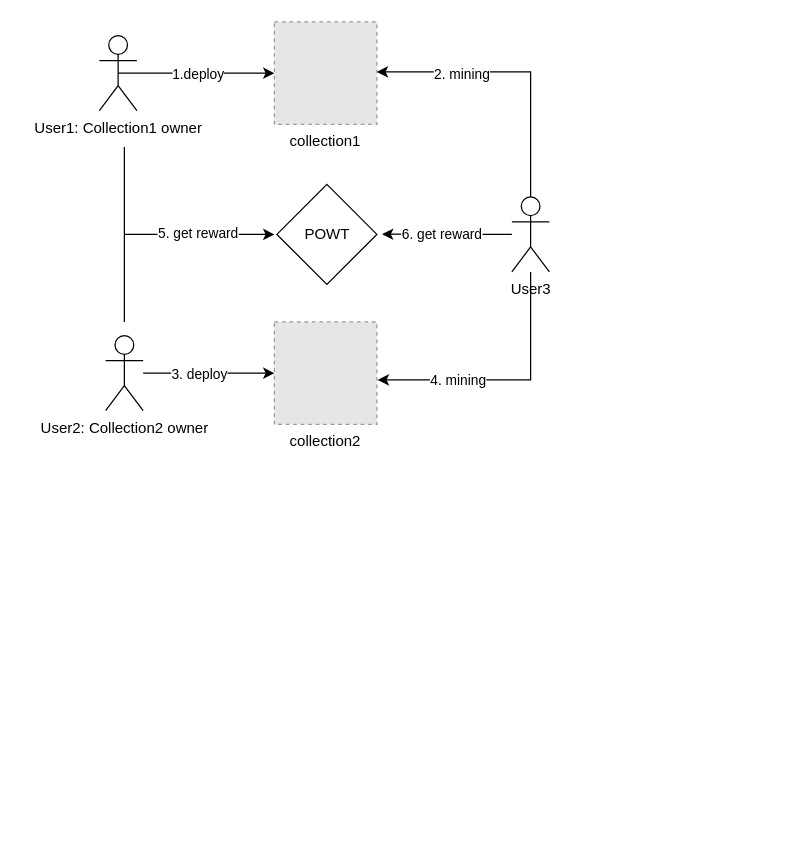
Earlier version of the draw.io diagram page "Page-1" (1 of 2) of Untitled Diagram.drawio (PalanQu/images). Source tidied: cells renumbered, new cells numbered last; positions are measured from the earlier drawing's top-left corner, leaving out a move shared by most shapes. Both pictures are drawn from the tidied source at 125%, with x=0, y=0 at pixel (99, 21). Pictures stored in the file or linked from it are replaced by grey dashed boxes.
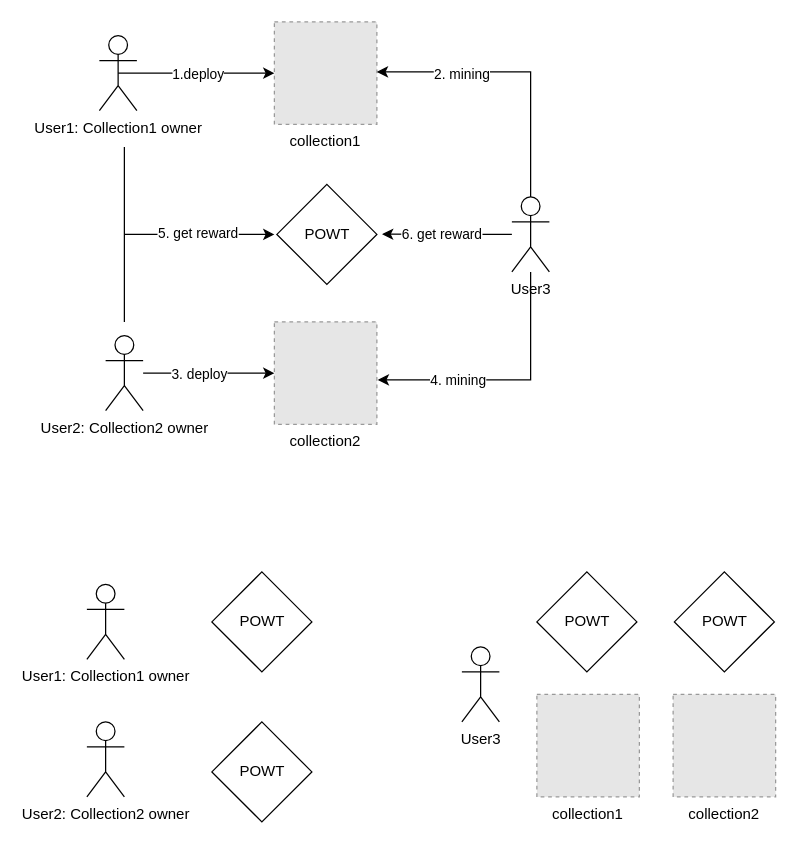
The same page after the edit.

The edit, as a diff of the source:
```diff
@@
+    <mxCell id="22" value="User1: Collection1 owner" style="shape=umlActor;verticalLabelPosition=bottom;verticalAlign=top;html=1;" parent="1" vertex="1">
+      <mxGeometry x="-10" y="450" width="30" height="60" as="geometry" />
+    </mxCell>
+    <mxCell id="23" value="User2: Collection2 owner" style="shape=umlActor;verticalLabelPosition=bottom;verticalAlign=top;html=1;" parent="1" vertex="1">
+      <mxGeometry x="-10" y="560" width="30" height="60" as="geometry" />
+    </mxCell>
+    <mxCell id="24" style="group;" parent="1" vertex="1">
+      <mxGeometry x="90" y="440" width="80" height="80" as="geometry" />
+    </mxCell>
+    <mxCell id="25" style="rhombus;whiteSpace=wrap;html=1;verticalAlign=top;labelBackgroundColor=default;" parent="24" vertex="1">
+      <mxGeometry width="80" height="80" as="geometry" />
+    </mxCell>
+    <mxCell id="26" value="POWT" style="text;html=1;align=center;verticalAlign=middle;strokeColor=none;fillColor=none;" parent="24" vertex="1">
+      <mxGeometry x="10" y="25" width="60" height="30" as="geometry" />
+    </mxCell>
+    <mxCell id="27" style="group;" parent="1" vertex="1">
+      <mxGeometry x="90" y="560" width="80" height="80" as="geometry" />
+    </mxCell>
+    <mxCell id="28" style="rhombus;whiteSpace=wrap;html=1;verticalAlign=top;labelBackgroundColor=default;" parent="27" vertex="1">
+      <mxGeometry width="80" height="80" as="geometry" />
+    </mxCell>
+    <mxCell id="29" value="POWT" style="text;html=1;align=center;verticalAlign=middle;strokeColor=none;fillColor=none;" parent="27" vertex="1">
+      <mxGeometry x="10" y="25" width="60" height="30" as="geometry" />
+    </mxCell>
+    <mxCell id="30" value="User3" style="shape=umlActor;verticalLabelPosition=bottom;verticalAlign=top;html=1;" parent="1" vertex="1">
+      <mxGeometry x="290" y="500" width="30" height="60" as="geometry" />
+    </mxCell>
+    <mxCell id="31" style="group;" parent="1" vertex="1">
+      <mxGeometry x="350" y="440" width="80" height="80" as="geometry" />
+    </mxCell>
+    <mxCell id="32" style="rhombus;whiteSpace=wrap;html=1;verticalAlign=top;labelBackgroundColor=default;" parent="31" vertex="1">
+      <mxGeometry width="80" height="80" as="geometry" />
+    </mxCell>
+    <mxCell id="33" value="POWT" style="text;html=1;align=center;verticalAlign=middle;strokeColor=none;fillColor=none;" parent="31" vertex="1">
+      <mxGeometry x="10" y="25" width="60" height="30" as="geometry" />
+    </mxCell>
+    <mxCell id="34" style="group;" parent="1" vertex="1">
+      <mxGeometry x="460" y="440" width="80" height="80" as="geometry" />
+    </mxCell>
+    <mxCell id="35" style="rhombus;whiteSpace=wrap;html=1;verticalAlign=top;labelBackgroundColor=default;" parent="34" vertex="1">
+      <mxGeometry width="80" height="80" as="geometry" />
+    </mxCell>
+    <mxCell id="36" value="POWT" style="text;html=1;align=center;verticalAlign=middle;strokeColor=none;fillColor=none;" parent="34" vertex="1">
+      <mxGeometry x="10" y="25" width="60" height="30" as="geometry" />
+    </mxCell>
+    <mxCell id="37" value="collection1" style="fillColor=#E6E6E6;strokeColor=#999999;dashed=1;verticalLabelPosition=bottom;labelBackgroundColor=default;verticalAlign=top;" parent="1" vertex="1">
+      <mxGeometry x="350" y="538" width="82" height="82" as="geometry" />
+    </mxCell>
+    <mxCell id="38" value="collection2" style="fillColor=#E6E6E6;strokeColor=#999999;dashed=1;verticalLabelPosition=bottom;labelBackgroundColor=default;verticalAlign=top;" parent="1" vertex="1">
+      <mxGeometry x="459" y="538" width="82" height="82" as="geometry" />
+    </mxCell>
```
